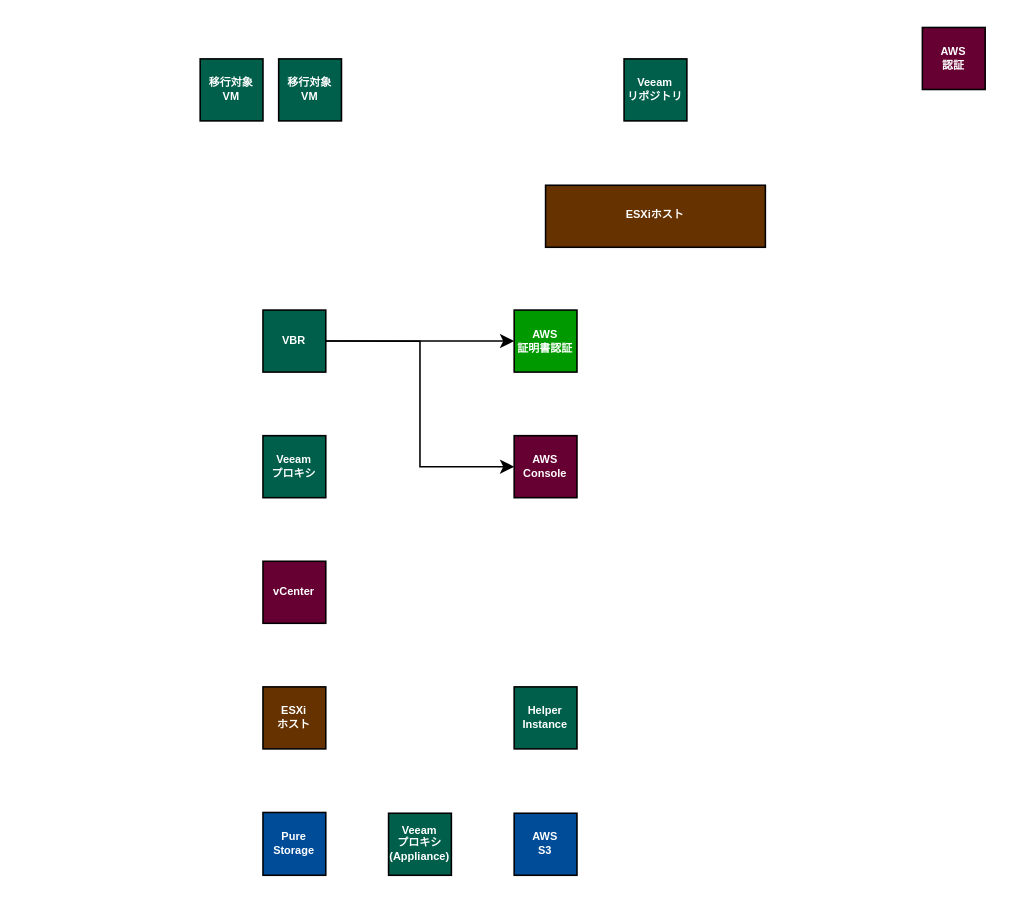
reizo0901/drawio keeps this draw.io diagram as Veeam構成_20241112.drawio. Above is the earlier version. Source tidied: cells renumbered, new cells numbered last; positions are measured from the earlier drawing's top-left corner, leaving out a move shared by most shapes. Both pictures are drawn from the tidied source at 157%, with x=0, y=0 at pixel (199, 27).
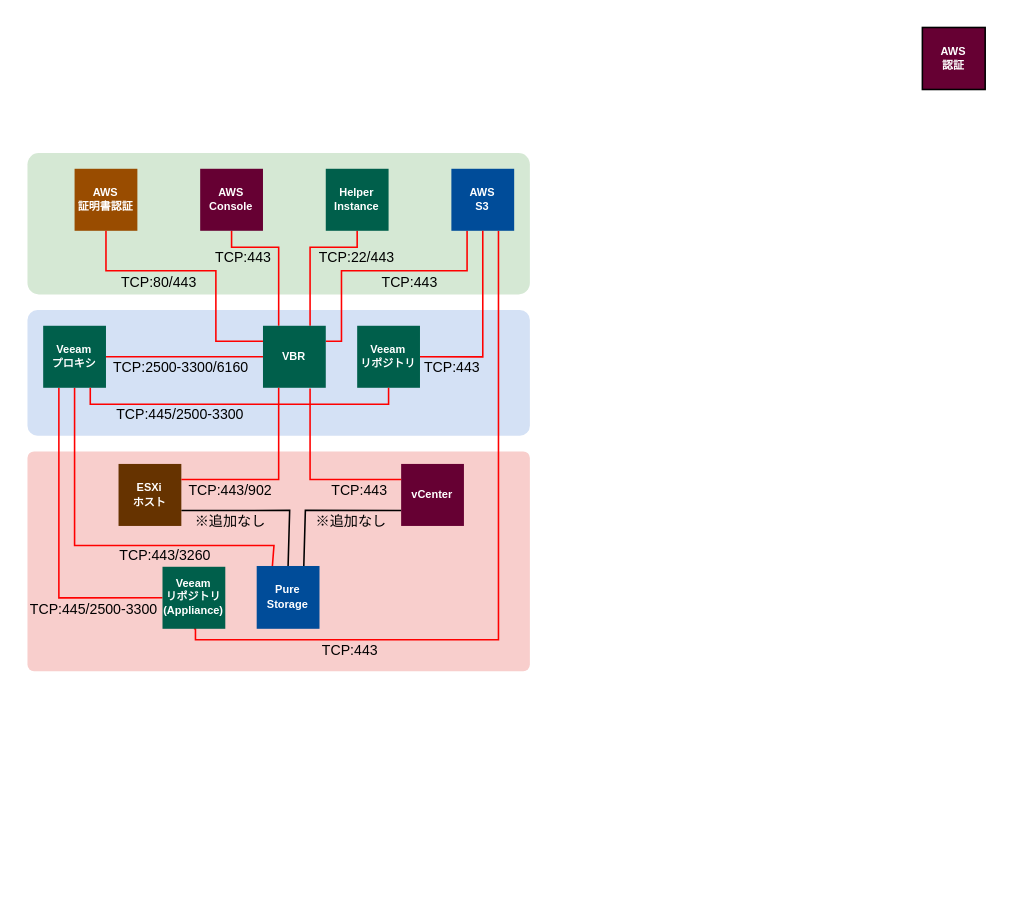
The same page after the edit.

Commit message (it also covers changes not shown here):
Veeam構成_20241112.drawio を更新します

Diff of the diagram source:
```diff
@@
+    <mxCell id="19" style="rounded=1;whiteSpace=wrap;html=1;arcSize=3;fillColor=#F8CECC;strokeColor=none;" parent="1" vertex="1">
+      <mxGeometry x="-110" y="270" width="320" height="140" as="geometry" />
+    </mxCell>
+    <mxCell id="20" style="rounded=1;whiteSpace=wrap;html=1;arcSize=8;fillColor=#D4E1F5;strokeColor=none;" parent="1" vertex="1">
+      <mxGeometry x="-110" y="180" width="320" height="80" as="geometry" />
+    </mxCell>
+    <mxCell id="21" style="rounded=1;whiteSpace=wrap;html=1;arcSize=8;strokeColor=none;fillColor=#D5E8D4;" parent="1" vertex="1">
+      <mxGeometry x="-110" y="80" width="320" height="90" as="geometry" />
+    </mxCell>
+    <mxCell id="22" style="edgeStyle=orthogonalEdgeStyle;rounded=0;jettySize=auto;html=1;exitX=1;exitY=0.75;exitDx=0;exitDy=0;entryX=0.5;entryY=0;entryDx=0;entryDy=0;endArrow=none;endFill=0;" parent="1" edge="1" source="2" target="3">
+      <mxGeometry relative="1" as="geometry">
+        <Array as="points">
+          <mxPoint x="57" y="308" />
+          <mxPoint x="57" y="343" />
+        </Array>
+      </mxGeometry>
+    </mxCell>
-    <mxCell id="2" value="ESXi&lt;div&gt;ホスト&lt;/div&gt;" style="rounded=0;whiteSpace=wrap;html=1;fillColor=#663300;fontStyle=1;fontColor=#FFFFFF;fontSize=7;" parent="1" vertex="1">
-      <mxGeometry x="40" y="420" width="40" height="39.5" as="geometry" />
+    <mxCell id="2" value="ESXi&lt;div&gt;ホスト&lt;/div&gt;" style="rounded=0;whiteSpace=wrap;html=1;fillColor=#663300;fontStyle=1;fontColor=#FFFFFF;fontSize=7;strokeWidth=1;strokeColor=none;" parent="1" vertex="1">
+      <mxGeometry x="-52" y="278" width="40" height="39.5" as="geometry" />
     </mxCell>
-    <mxCell id="3" value="Pure Storage" style="rounded=0;whiteSpace=wrap;html=1;fontStyle=1;strokeColor=#000000;fillColor=#004C99;fontColor=light-dark(#ffffff, #ededed);fontSize=7;" parent="1" vertex="1">
-      <mxGeometry x="40" y="500" width="40" height="40" as="geometry" />
-    </mxCell>
-    <mxCell id="4" value="&lt;div&gt;&lt;font color=&quot;#ffffff&quot;&gt;&lt;b&gt;移行対象&lt;/b&gt;&lt;/font&gt;&lt;/div&gt;&lt;b&gt;&lt;font style=&quot;color: rgb(255, 255, 255);&quot;&gt;VM&lt;/font&gt;&lt;/b&gt;" style="rounded=0;whiteSpace=wrap;html=1;fillColor=light-dark(#005f4b, #ededed);fontSize=7;" parent="1" vertex="1">
-      <mxGeometry y="20" width="40" height="39.5" as="geometry" />
-    </mxCell>
-    <mxCell id="5" value="&lt;div&gt;&lt;b&gt;&lt;font style=&quot;color: rgb(255, 255, 255);&quot;&gt;移行対象&lt;/font&gt;&lt;/b&gt;&lt;/div&gt;&lt;b&gt;&lt;font style=&quot;color: rgb(255, 255, 255);&quot;&gt;VM&lt;/font&gt;&lt;/b&gt;" style="rounded=0;whiteSpace=wrap;html=1;fillColor=light-dark(#005f4b, #ededed);fontSize=7;" parent="1" vertex="1">
-      <mxGeometry x="50" y="20" width="40" height="39.5" as="geometry" />
-    </mxCell>
-    <mxCell id="6" value="ESXiホスト" style="rounded=0;whiteSpace=wrap;html=1;fillColor=#663300;fontStyle=1;fontColor=#FFFFFF;fontSize=7;" parent="1" vertex="1">
-      <mxGeometry x="220" y="100.5" width="140" height="39.5" as="geometry" />
-    </mxCell>
-    <mxCell id="7" value="&lt;font color=&quot;#ffffff&quot;&gt;&lt;b&gt;Veeam&lt;/b&gt;&lt;/font&gt;&lt;div&gt;&lt;font color=&quot;#ffffff&quot;&gt;&lt;b&gt;リポジトリ&lt;/b&gt;&lt;/font&gt;&lt;/div&gt;" style="rounded=0;whiteSpace=wrap;html=1;fillColor=light-dark(#005f4b, #ededed);fontSize=7;" parent="1" vertex="1">
-      <mxGeometry x="270" y="20" width="40" height="39.5" as="geometry" />
-    </mxCell>
+    <mxCell id="23" style="edgeStyle=orthogonalEdgeStyle;rounded=0;jettySize=auto;html=1;exitX=0.25;exitY=1;exitDx=0;exitDy=0;entryX=0;entryY=0.5;entryDx=0;entryDy=0;endArrow=none;endFill=0;strokeWidth=1;strokeColor=#FF0000;" parent="1" edge="1" source="8" target="13">
+      <mxGeometry relative="1" as="geometry" />
+    </mxCell>
+    <mxCell id="24" style="edgeStyle=orthogonalEdgeStyle;rounded=0;jettySize=auto;html=1;entryX=0.25;entryY=0;entryDx=0;entryDy=0;endArrow=none;endFill=0;strokeWidth=1;strokeColor=#FF0000;exitX=0.5;exitY=1;exitDx=0;exitDy=0;" parent="1" edge="1" source="8" target="3">
+      <mxGeometry relative="1" as="geometry">
+        <Array as="points">
+          <mxPoint x="-80" y="330" />
+          <mxPoint x="47" y="330" />
+          <mxPoint x="47" y="343" />
+        </Array>
+      </mxGeometry>
+    </mxCell>
-    <mxCell id="8" value="&lt;b&gt;&lt;font style=&quot;color: rgb(255, 255, 255);&quot;&gt;Veeam&lt;/font&gt;&lt;/b&gt;&lt;div&gt;&lt;font color=&quot;#ffffff&quot;&gt;&lt;b&gt;プロキシ&lt;/b&gt;&lt;/font&gt;&lt;/div&gt;" style="rounded=0;whiteSpace=wrap;html=1;fillColor=light-dark(#005f4b, #ededed);fontSize=7;" parent="1" vertex="1">
-      <mxGeometry x="40" y="260" width="40" height="39.5" as="geometry" />
+    <mxCell id="8" value="&lt;b&gt;&lt;font style=&quot;color: rgb(255, 255, 255);&quot;&gt;Veeam&lt;/font&gt;&lt;/b&gt;&lt;div&gt;&lt;font color=&quot;#ffffff&quot;&gt;&lt;b&gt;プロキシ&lt;/b&gt;&lt;/font&gt;&lt;/div&gt;" style="rounded=0;whiteSpace=wrap;html=1;fillColor=light-dark(#005f4b, #ededed);fontSize=7;strokeWidth=1;strokeColor=none;" parent="1" vertex="1">
+      <mxGeometry x="-100" y="190" width="40" height="39.5" as="geometry" />
     </mxCell>
+    <mxCell id="25" style="edgeStyle=orthogonalEdgeStyle;rounded=0;jettySize=auto;html=1;exitX=0;exitY=0.75;exitDx=0;exitDy=0;entryX=0.75;entryY=0;entryDx=0;entryDy=0;endArrow=none;endFill=0;" parent="1" edge="1" source="9" target="3">
+      <mxGeometry relative="1" as="geometry">
+        <Array as="points">
+          <mxPoint x="67" y="308" />
+          <mxPoint x="67" y="343" />
+        </Array>
+      </mxGeometry>
+    </mxCell>
-    <mxCell id="9" value="&lt;b&gt;&lt;font style=&quot;color: rgb(255, 255, 255);&quot;&gt;vCenter&lt;/font&gt;&lt;/b&gt;" style="rounded=0;whiteSpace=wrap;html=1;fillColor=light-dark(#660033,#EDEDED);fontSize=7;" parent="1" vertex="1">
-      <mxGeometry x="40" y="340" width="40" height="39.5" as="geometry" />
+    <mxCell id="9" value="&lt;b&gt;&lt;font style=&quot;color: rgb(255, 255, 255);&quot;&gt;vCenter&lt;/font&gt;&lt;/b&gt;" style="rounded=0;whiteSpace=wrap;html=1;fillColor=light-dark(#660033,#EDEDED);fontSize=7;strokeWidth=1;strokeColor=none;" parent="1" vertex="1">
+      <mxGeometry x="128" y="278" width="40" height="39.5" as="geometry" />
     </mxCell>
-    <mxCell id="10" style="edgeStyle=orthogonalEdgeStyle;rounded=0;jettySize=auto;html=1;exitX=1;exitY=0.5;exitDx=0;exitDy=0;entryX=0;entryY=0.5;entryDx=0;entryDy=0;" parent="1" edge="1" source="12" target="18">
-      <mxGeometry relative="1" as="geometry" />
-    </mxCell>
+    <mxCell id="26" style="edgeStyle=orthogonalEdgeStyle;rounded=0;jettySize=auto;html=1;exitX=1;exitY=0.25;exitDx=0;exitDy=0;entryX=0.25;entryY=1;entryDx=0;entryDy=0;endArrow=none;endFill=0;strokeWidth=1;strokeColor=#FF0000;" parent="1" edge="1" source="12" target="14">
+      <mxGeometry relative="1" as="geometry">
+        <Array as="points">
+          <mxPoint x="90" y="200" />
+          <mxPoint x="90" y="155" />
+          <mxPoint x="170" y="155" />
+        </Array>
+      </mxGeometry>
+    </mxCell>
+    <mxCell id="27" style="edgeStyle=orthogonalEdgeStyle;rounded=0;jettySize=auto;html=1;exitX=0.75;exitY=0;exitDx=0;exitDy=0;entryX=0.5;entryY=1;entryDx=0;entryDy=0;endArrow=none;endFill=0;strokeWidth=1;strokeColor=#FF0000;" parent="1" edge="1" source="12" target="16">
+      <mxGeometry relative="1" as="geometry">
+        <Array as="points">
+          <mxPoint x="70" y="140" />
+          <mxPoint x="100" y="140" />
+        </Array>
+      </mxGeometry>
+    </mxCell>
-    <mxCell id="11" style="edgeStyle=orthogonalEdgeStyle;rounded=0;jettySize=auto;html=1;exitX=1;exitY=0.5;exitDx=0;exitDy=0;entryX=0;entryY=0.5;entryDx=0;entryDy=0;" parent="1" edge="1" source="12" target="15">
-      <mxGeometry relative="1" as="geometry" />
+    <mxCell id="11" style="edgeStyle=orthogonalEdgeStyle;rounded=0;jettySize=auto;html=1;exitX=0.25;exitY=0;exitDx=0;exitDy=0;entryX=0.5;entryY=1;entryDx=0;entryDy=0;endArrow=none;endFill=0;strokeWidth=1;strokeColor=#FF0000;" parent="1" edge="1" source="12" target="15">
+      <mxGeometry relative="1" as="geometry">
+        <Array as="points">
+          <mxPoint x="50" y="140" />
+          <mxPoint x="20" y="140" />
+        </Array>
+      </mxGeometry>
     </mxCell>
+    <mxCell id="28" style="edgeStyle=orthogonalEdgeStyle;rounded=0;jettySize=auto;html=1;exitX=0;exitY=0.5;exitDx=0;exitDy=0;entryX=1;entryY=0.5;entryDx=0;entryDy=0;endArrow=none;endFill=0;strokeWidth=1;strokeColor=#FF0000;" parent="1" edge="1" source="12" target="8">
+      <mxGeometry relative="1" as="geometry" />
+    </mxCell>
-    <mxCell id="12" value="&lt;b&gt;&lt;font style=&quot;color: rgb(255, 255, 255);&quot;&gt;VBR&lt;/font&gt;&lt;/b&gt;" style="rounded=0;whiteSpace=wrap;html=1;fillColor=light-dark(#005f4b, #ededed);fontSize=7;" parent="1" vertex="1">
-      <mxGeometry x="40" y="180" width="40" height="39.5" as="geometry" />
+    <mxCell id="12" value="&lt;b&gt;&lt;font style=&quot;color: rgb(255, 255, 255);&quot;&gt;VBR&lt;/font&gt;&lt;/b&gt;" style="rounded=0;whiteSpace=wrap;html=1;fillColor=light-dark(#005f4b, #ededed);fontSize=7;strokeWidth=1;strokeColor=none;" parent="1" vertex="1">
+      <mxGeometry x="40" y="190" width="40" height="39.5" as="geometry" />
     </mxCell>
+    <mxCell id="29" style="edgeStyle=orthogonalEdgeStyle;rounded=0;jettySize=auto;html=1;entryX=0.75;entryY=1;entryDx=0;entryDy=0;endArrow=none;endFill=0;strokeWidth=1;strokeColor=#FF0000;exitX=0.5;exitY=1;exitDx=0;exitDy=0;" parent="1" edge="1" source="13" target="14">
+      <mxGeometry relative="1" as="geometry">
+        <Array as="points">
+          <mxPoint x="-3" y="383" />
+          <mxPoint x="-3" y="390" />
+          <mxPoint x="190" y="390" />
+        </Array>
+      </mxGeometry>
+    </mxCell>
-    <mxCell id="13" value="&lt;div&gt;&lt;font color=&quot;#ffffff&quot;&gt;&lt;b&gt;Veeam&lt;/b&gt;&lt;/font&gt;&lt;/div&gt;&lt;div&gt;&lt;font color=&quot;#ffffff&quot;&gt;&lt;b&gt;プロキシ&lt;/b&gt;&lt;/font&gt;&lt;/div&gt;&lt;div&gt;&lt;font color=&quot;#ffffff&quot;&gt;&lt;b&gt;(Appliance)&lt;/b&gt;&lt;/font&gt;&lt;/div&gt;" style="rounded=0;whiteSpace=wrap;html=1;fillColor=light-dark(#005f4b, #ededed);fontSize=7;" parent="1" vertex="1">
-      <mxGeometry x="120" y="500.5" width="40" height="39.5" as="geometry" />
+    <mxCell id="13" value="&lt;div&gt;&lt;font color=&quot;#ffffff&quot;&gt;&lt;b&gt;Veeam&lt;/b&gt;&lt;/font&gt;&lt;/div&gt;&lt;div&gt;&lt;font color=&quot;#ffffff&quot;&gt;&lt;b&gt;リポジトリ&lt;/b&gt;&lt;/font&gt;&lt;/div&gt;&lt;div&gt;&lt;font color=&quot;#ffffff&quot;&gt;&lt;b&gt;(Appliance)&lt;/b&gt;&lt;/font&gt;&lt;/div&gt;" style="rounded=0;whiteSpace=wrap;html=1;fillColor=light-dark(#005f4b, #ededed);fontSize=7;strokeWidth=1;strokeColor=none;" parent="1" vertex="1">
+      <mxGeometry x="-24" y="343.5" width="40" height="39.5" as="geometry" />
     </mxCell>
-    <mxCell id="14" value="&lt;font color=&quot;#ffffff&quot;&gt;&lt;b&gt;AWS&lt;/b&gt;&lt;/font&gt;&lt;div&gt;&lt;font color=&quot;#ffffff&quot;&gt;&lt;b&gt;S3&lt;/b&gt;&lt;/font&gt;&lt;/div&gt;" style="rounded=0;whiteSpace=wrap;html=1;fillColor=light-dark(#004c99, #EDEDED);fontSize=7;" parent="1" vertex="1">
-      <mxGeometry x="200" y="500.5" width="40" height="39.5" as="geometry" />
+    <mxCell id="14" value="&lt;font color=&quot;#ffffff&quot;&gt;&lt;b&gt;AWS&lt;/b&gt;&lt;/font&gt;&lt;div&gt;&lt;font color=&quot;#ffffff&quot;&gt;&lt;b&gt;S3&lt;/b&gt;&lt;/font&gt;&lt;/div&gt;" style="rounded=0;whiteSpace=wrap;html=1;fillColor=light-dark(#004c99, #EDEDED);fontSize=7;strokeWidth=1;strokeColor=none;" parent="1" vertex="1">
+      <mxGeometry x="160" y="90" width="40" height="39.5" as="geometry" />
     </mxCell>
-    <mxCell id="15" value="&lt;font color=&quot;#ffffff&quot;&gt;&lt;b&gt;AWS&lt;/b&gt;&lt;/font&gt;&lt;div&gt;&lt;font color=&quot;#ffffff&quot;&gt;&lt;b&gt;Console&lt;/b&gt;&lt;/font&gt;&lt;/div&gt;" style="rounded=0;whiteSpace=wrap;html=1;fillColor=light-dark(#660033,#EDEDED);fontSize=7;" parent="1" vertex="1">
-      <mxGeometry x="200" y="260" width="40" height="39.5" as="geometry" />
+    <mxCell id="15" value="&lt;font color=&quot;#ffffff&quot;&gt;&lt;b&gt;AWS&lt;/b&gt;&lt;/font&gt;&lt;div&gt;&lt;font color=&quot;#ffffff&quot;&gt;&lt;b&gt;Console&lt;/b&gt;&lt;/font&gt;&lt;/div&gt;" style="rounded=0;whiteSpace=wrap;html=1;fillColor=light-dark(#660033,#EDEDED);fontSize=7;strokeWidth=1;strokeColor=none;" parent="1" vertex="1">
+      <mxGeometry y="90" width="40" height="39.5" as="geometry" />
     </mxCell>
-    <mxCell id="16" value="&lt;font color=&quot;#ffffff&quot;&gt;&lt;b&gt;Helper&lt;/b&gt;&lt;/font&gt;&lt;div&gt;&lt;font color=&quot;#ffffff&quot;&gt;&lt;b&gt;Instance&lt;/b&gt;&lt;/font&gt;&lt;/div&gt;" style="rounded=0;whiteSpace=wrap;html=1;fillColor=light-dark(#005f4b, #ededed);fontSize=7;" parent="1" vertex="1">
-      <mxGeometry x="200" y="420" width="40" height="39.5" as="geometry" />
+    <mxCell id="16" value="&lt;font color=&quot;#ffffff&quot;&gt;&lt;b&gt;Helper&lt;/b&gt;&lt;/font&gt;&lt;div&gt;&lt;font color=&quot;#ffffff&quot;&gt;&lt;b&gt;Instance&lt;/b&gt;&lt;/font&gt;&lt;/div&gt;" style="rounded=0;whiteSpace=wrap;html=1;fillColor=light-dark(#005f4b, #ededed);fontSize=7;strokeWidth=1;strokeColor=none;" parent="1" vertex="1">
+      <mxGeometry x="80" y="90" width="40" height="39.5" as="geometry" />
     </mxCell>
@@
-    <mxCell id="18" value="&lt;font color=&quot;#ffffff&quot;&gt;&lt;b&gt;AWS&lt;br&gt;&lt;/b&gt;&lt;/font&gt;&lt;div&gt;&lt;font color=&quot;#ffffff&quot;&gt;&lt;b&gt;証明書認証&lt;/b&gt;&lt;/font&gt;&lt;/div&gt;" style="rounded=0;whiteSpace=wrap;html=1;fillColor=light-dark(#009900,#EDEDED);fontSize=7;" parent="1" vertex="1">
-      <mxGeometry x="200" y="180" width="40" height="39.5" as="geometry" />
+    <mxCell id="18" value="&lt;font color=&quot;#ffffff&quot;&gt;&lt;b&gt;AWS&lt;br&gt;&lt;/b&gt;&lt;/font&gt;&lt;div&gt;&lt;font color=&quot;#ffffff&quot;&gt;&lt;b&gt;証明書認証&lt;/b&gt;&lt;/font&gt;&lt;/div&gt;" style="rounded=0;whiteSpace=wrap;html=1;fillColor=light-dark(#994C00,#EDEDED);fontSize=7;strokeWidth=1;strokeColor=none;" parent="1" vertex="1">
+      <mxGeometry x="-80" y="90" width="40" height="39.5" as="geometry" />
     </mxCell>
+    <mxCell id="3" value="Pure Storage" style="rounded=0;whiteSpace=wrap;html=1;fontStyle=1;strokeColor=none;fillColor=#004C99;fontColor=light-dark(#ffffff, #ededed);fontSize=7;strokeWidth=0;" parent="1" vertex="1">
+      <mxGeometry x="36" y="343" width="40" height="40" as="geometry" />
+    </mxCell>
+    <mxCell id="7" value="&lt;b&gt;&lt;font style=&quot;color: rgb(255, 255, 255);&quot;&gt;Veeam&lt;/font&gt;&lt;/b&gt;&lt;div&gt;&lt;font color=&quot;#ffffff&quot;&gt;&lt;b&gt;リポジトリ&lt;/b&gt;&lt;/font&gt;&lt;/div&gt;" style="rounded=0;whiteSpace=wrap;html=1;fillColor=light-dark(#005f4b, #ededed);fontSize=7;strokeWidth=1;strokeColor=none;" parent="1" vertex="1">
+      <mxGeometry x="100" y="190" width="40" height="39.5" as="geometry" />
+    </mxCell>
+    <mxCell id="10" style="edgeStyle=orthogonalEdgeStyle;rounded=0;jettySize=auto;html=1;exitX=0;exitY=0.25;exitDx=0;exitDy=0;entryX=0.5;entryY=1;entryDx=0;entryDy=0;endArrow=none;endFill=0;strokeWidth=1;strokeColor=#FF0000;" parent="1" edge="1" source="12" target="18">
+      <mxGeometry relative="1" as="geometry">
+        <Array as="points">
+          <mxPoint x="10" y="200" />
+          <mxPoint x="10" y="155" />
+          <mxPoint x="-60" y="155" />
+        </Array>
+      </mxGeometry>
+    </mxCell>
+    <mxCell id="30" value="TCP:443" style="text;html=1;align=left;verticalAlign=middle;whiteSpace=wrap;rounded=0;fontSize=9;fontStyle=0;" parent="1" vertex="1">
+      <mxGeometry x="76" y="392" width="40" height="10" as="geometry" />
+    </mxCell>
+    <mxCell id="31" value="TCP:443/3260" style="text;html=1;align=left;verticalAlign=middle;whiteSpace=wrap;rounded=0;fontSize=9;fontStyle=0;" parent="1" vertex="1">
+      <mxGeometry x="-53" y="332" width="60" height="10" as="geometry" />
+    </mxCell>
+    <mxCell id="32" value="TCP:443" style="text;html=1;align=left;verticalAlign=middle;whiteSpace=wrap;rounded=0;fontSize=9;fontStyle=0;rotation=0;" parent="1" vertex="1">
+      <mxGeometry x="82" y="289.8" width="40" height="10" as="geometry" />
+    </mxCell>
+    <mxCell id="33" value="TCP:443/902" style="text;html=1;align=left;verticalAlign=middle;whiteSpace=wrap;rounded=0;fontSize=9;fontStyle=0;rotation=0;" parent="1" vertex="1">
+      <mxGeometry x="-9" y="289.8" width="60" height="10" as="geometry" />
+    </mxCell>
+    <mxCell id="34" value="TCP:22/&lt;span style=&quot;background-color: transparent; color: light-dark(rgb(0, 0, 0), rgb(255, 255, 255));&quot;&gt;443&lt;/span&gt;" style="text;html=1;align=left;verticalAlign=middle;whiteSpace=wrap;rounded=0;fontSize=9;fontStyle=0;" parent="1" vertex="1">
+      <mxGeometry x="74" y="142" width="60" height="10" as="geometry" />
+    </mxCell>
+    <mxCell id="35" value="TCP:443" style="text;html=1;align=left;verticalAlign=middle;whiteSpace=wrap;rounded=0;fontSize=9;fontStyle=0;" parent="1" vertex="1">
+      <mxGeometry x="8" y="142" width="40" height="10" as="geometry" />
+    </mxCell>
+    <mxCell id="36" value="TCP:80/&lt;span style=&quot;background-color: transparent; color: light-dark(rgb(0, 0, 0), rgb(255, 255, 255));&quot;&gt;443&lt;/span&gt;" style="text;html=1;align=left;verticalAlign=middle;whiteSpace=wrap;rounded=0;fontSize=9;fontStyle=0;" parent="1" vertex="1">
+      <mxGeometry x="-52" y="158" width="54" height="10" as="geometry" />
+    </mxCell>
+    <mxCell id="37" value="TCP:443" style="text;html=1;align=left;verticalAlign=middle;whiteSpace=wrap;rounded=0;fontSize=9;fontStyle=0;" parent="1" vertex="1">
+      <mxGeometry x="114" y="158" width="40" height="10" as="geometry" />
+    </mxCell>
+    <mxCell id="38" value="TCP:&lt;span style=&quot;background-color: transparent; color: light-dark(rgb(0, 0, 0), rgb(255, 255, 255));&quot;&gt;2500-3300/&lt;/span&gt;&lt;span style=&quot;background-color: transparent; color: light-dark(rgb(0, 0, 0), rgb(255, 255, 255));&quot;&gt;6160&lt;/span&gt;" style="text;html=1;align=center;verticalAlign=middle;whiteSpace=wrap;rounded=0;fontSize=9;fontStyle=0;" parent="1" vertex="1">
+      <mxGeometry x="-62" y="206.8" width="100" height="19.8" as="geometry" />
+    </mxCell>
+    <mxCell id="39" value="TCP:445/&lt;span style=&quot;background-color: transparent; color: light-dark(rgb(0, 0, 0), rgb(255, 255, 255));&quot;&gt;2500-3300&lt;/span&gt;" style="text;html=1;align=left;verticalAlign=middle;whiteSpace=wrap;rounded=0;fontSize=9;fontStyle=0;" parent="1" vertex="1">
+      <mxGeometry x="-110" y="364.8" width="88" height="13.2" as="geometry" />
+    </mxCell>
+    <mxCell id="40" style="edgeStyle=orthogonalEdgeStyle;rounded=0;jettySize=auto;html=1;exitX=1;exitY=0.5;exitDx=0;exitDy=0;entryX=0.5;entryY=1;entryDx=0;entryDy=0;endArrow=none;endFill=0;strokeWidth=1;strokeColor=#FF0000;" parent="1" edge="1" source="7" target="14">
+      <mxGeometry relative="1" as="geometry">
+        <Array as="points">
+          <mxPoint x="180" y="210" />
+        </Array>
+      </mxGeometry>
+    </mxCell>
+    <mxCell id="41" value="TCP:443" style="text;html=1;align=left;verticalAlign=middle;whiteSpace=wrap;rounded=0;fontSize=9;fontStyle=0;" parent="1" vertex="1">
+      <mxGeometry x="141" y="211.5" width="40" height="10" as="geometry" />
+    </mxCell>
+    <mxCell id="42" style="edgeStyle=orthogonalEdgeStyle;rounded=0;jettySize=auto;html=1;entryX=0.5;entryY=1;entryDx=0;entryDy=0;endArrow=none;endFill=0;strokeWidth=1;strokeColor=#FF0000;" parent="1" edge="1" source="8" target="7">
+      <mxGeometry relative="1" as="geometry">
+        <Array as="points">
+          <mxPoint x="-70" y="240" />
+          <mxPoint x="120" y="240" />
+        </Array>
+      </mxGeometry>
+    </mxCell>
+    <mxCell id="43" value="TCP:445/&lt;span style=&quot;background-color: transparent; color: light-dark(rgb(0, 0, 0), rgb(255, 255, 255));&quot;&gt;2500-3300&lt;/span&gt;" style="text;html=1;align=left;verticalAlign=middle;whiteSpace=wrap;rounded=0;fontSize=9;fontStyle=0;" parent="1" vertex="1">
+      <mxGeometry x="-55" y="237.2" width="88" height="19.8" as="geometry" />
+    </mxCell>
+    <mxCell id="44" style="edgeStyle=orthogonalEdgeStyle;rounded=0;jettySize=auto;html=1;entryX=0.25;entryY=1;entryDx=0;entryDy=0;endArrow=none;endFill=0;strokeWidth=1;strokeColor=#FF0000;exitX=1;exitY=0.25;exitDx=0;exitDy=0;" parent="1" edge="1" source="2" target="12">
+      <mxGeometry relative="1" as="geometry">
+        <Array as="points">
+          <mxPoint x="50" y="288" />
+        </Array>
+      </mxGeometry>
+    </mxCell>
+    <mxCell id="45" style="edgeStyle=orthogonalEdgeStyle;rounded=0;jettySize=auto;html=1;endArrow=none;endFill=0;strokeWidth=1;strokeColor=#FF0000;exitX=0;exitY=0.25;exitDx=0;exitDy=0;" parent="1" edge="1" source="9">
+      <mxGeometry relative="1" as="geometry">
+        <mxPoint x="70" y="230" as="targetPoint" />
+        <Array as="points">
+          <mxPoint x="70" y="288" />
+        </Array>
+      </mxGeometry>
+    </mxCell>
+    <mxCell id="46" value="※追加なし" style="text;html=1;align=left;verticalAlign=middle;whiteSpace=wrap;rounded=0;fontSize=9;fontStyle=0;rotation=0;" parent="1" vertex="1">
+      <mxGeometry x="72" y="309.5" width="50" height="10" as="geometry" />
+    </mxCell>
+    <mxCell id="47" value="※追加なし" style="text;html=1;align=left;verticalAlign=middle;whiteSpace=wrap;rounded=0;fontSize=9;fontStyle=0;rotation=0;" parent="1" vertex="1">
+      <mxGeometry x="-5" y="309.5" width="50" height="10" as="geometry" />
+    </mxCell>
```
